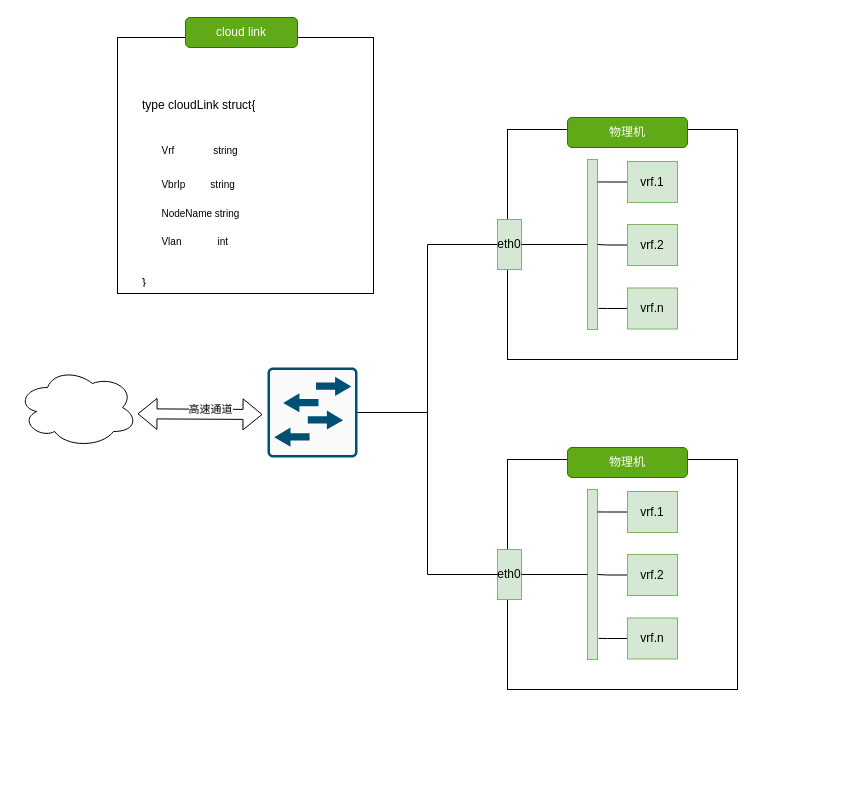
Before: Untitled Diagram.drawio in zhenfdfs/sdwanx, a draw.io diagram. Source tidied: cells renumbered, new cells numbered last; positions are measured from the earlier drawing's top-left corner, leaving out a move shared by most shapes. Both pictures are drawn from the tidied source at 100%, with x=0, y=0 at pixel (17, 17).
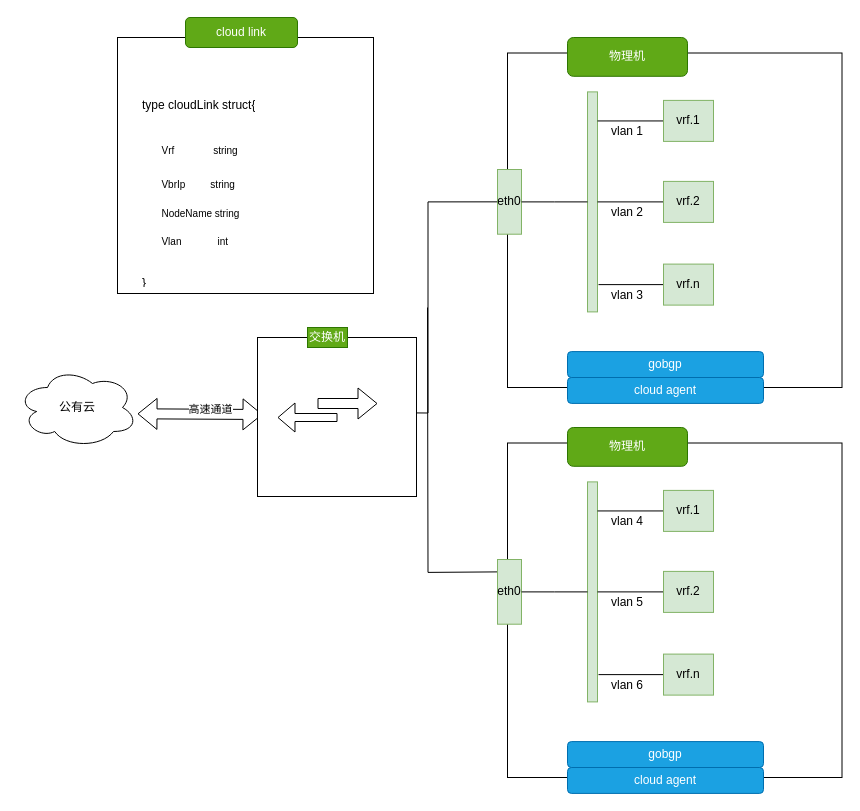
After the change.

What changed in the source:
```diff
@@
-    <mxCell id="2" style="ellipse;shape=cloud;whiteSpace=wrap;html=1;" parent="1" vertex="1">
+    <mxCell id="2" value="公有云" style="ellipse;shape=cloud;whiteSpace=wrap;html=1;" parent="1" vertex="1">
       <mxGeometry y="350" width="120" height="80" as="geometry" />
     </mxCell>
@@
-    <mxCell id="5" style="edgeStyle=orthogonalEdgeStyle;rounded=0;jettySize=auto;html=1;entryX=0;entryY=0.5;entryDx=0;entryDy=0;endArrow=none;endFill=0;" parent="1" edge="1" source="6" target="9">
-      <mxGeometry relative="1" as="geometry" />
+    <mxCell id="5" style="edgeStyle=orthogonalEdgeStyle;rounded=0;jettySize=auto;html=1;entryX=0;entryY=0.5;entryDx=0;entryDy=0;endArrow=none;endFill=0;" parent="1" edge="1" target="9">
+      <mxGeometry relative="1" as="geometry">
+        <mxPoint x="340" y="395" as="sourcePoint" />
+      </mxGeometry>
     </mxCell>
-    <mxCell id="6" style="points=[[0.015,0.015,0],[0.985,0.015,0],[0.985,0.985,0],[0.015,0.985,0],[0.25,0,0],[0.5,0,0],[0.75,0,0],[1,0.25,0],[1,0.5,0],[1,0.75,0],[0.75,1,0],[0.5,1,0],[0.25,1,0],[0,0.75,0],[0,0.5,0],[0,0.25,0]];verticalLabelPosition=bottom;html=1;verticalAlign=top;align=center;shape=mxgraph.cisco19.rect;prIcon=l2_switch;fillColor=#FAFAFA;strokeColor=#005073;" parent="1" vertex="1">
-      <mxGeometry x="250" y="350" width="90" height="90" as="geometry" />
-    </mxCell>
     <mxCell id="7" style="group;" parent="1" vertex="1">
-      <mxGeometry x="480" y="100" width="240" height="242" as="geometry" />
+      <mxGeometry x="480" y="20" width="344.5" height="360" as="geometry" />
     </mxCell>
     <mxCell id="8" style="whiteSpace=wrap;html=1;" parent="7" vertex="1">
-      <mxGeometry x="10" y="12" width="230" height="230" as="geometry" />
+      <mxGeometry x="10" y="15.5" width="334.5" height="334.5" as="geometry" />
     </mxCell>
     <mxCell id="9" value="eth0" style="rounded=0;whiteSpace=wrap;html=1;fillColor=#d5e8d4;strokeColor=#82b366;" parent="7" vertex="1">
-      <mxGeometry y="102" width="24" height="50" as="geometry" />
+      <mxGeometry y="132" width="24" height="64.7" as="geometry" />
     </mxCell>
     <mxCell id="10" style="rounded=0;whiteSpace=wrap;html=1;fillColor=#d5e8d4;strokeColor=#82b366;" parent="7" vertex="1">
-      <mxGeometry x="90" y="42" width="10" height="170" as="geometry" />
+      <mxGeometry x="90" y="54.4" width="10" height="220" as="geometry" />
     </mxCell>
@@
     <mxCell id="13" value="vrf.1" style="whiteSpace=wrap;html=1;fillColor=#d5e8d4;strokeColor=#82b366;" parent="7" vertex="1">
-      <mxGeometry x="130" y="44" width="50" height="41" as="geometry" />
+      <mxGeometry x="166" y="62.9" width="50" height="41" as="geometry" />
     </mxCell>
@@
     <mxCell id="15" value="vrf.2" style="whiteSpace=wrap;html=1;fillColor=#d5e8d4;strokeColor=#82b366;" parent="7" vertex="1">
-      <mxGeometry x="130" y="107" width="50" height="41" as="geometry" />
+      <mxGeometry x="166" y="143.9" width="50" height="41" as="geometry" />
     </mxCell>
@@
     <mxCell id="17" value="vrf.n" style="whiteSpace=wrap;html=1;fillColor=#d5e8d4;strokeColor=#82b366;" parent="7" vertex="1">
-      <mxGeometry x="130" y="170.5" width="50" height="41" as="geometry" />
+      <mxGeometry x="166" y="226.6" width="50" height="41" as="geometry" />
     </mxCell>
     <mxCell id="18" value="物理机" style="rounded=1;whiteSpace=wrap;html=1;fillColor=#60a917;strokeColor=#2D7600;fontColor=#ffffff;" parent="7" vertex="1">
-      <mxGeometry x="70" width="120" height="30" as="geometry" />
+      <mxGeometry x="70" width="120" height="38.8" as="geometry" />
     </mxCell>
-    <mxCell id="19" style="group;" parent="1" vertex="1">
-      <mxGeometry x="480" y="430" width="240" height="242" as="geometry" />
-    </mxCell>
-    <mxCell id="20" style="whiteSpace=wrap;html=1;" parent="19" vertex="1">
-      <mxGeometry x="10" y="12" width="230" height="230" as="geometry" />
-    </mxCell>
-    <mxCell id="21" value="eth0" style="rounded=0;whiteSpace=wrap;html=1;fillColor=#d5e8d4;strokeColor=#82b366;" parent="19" vertex="1">
-      <mxGeometry y="102" width="24" height="50" as="geometry" />
-    </mxCell>
-    <mxCell id="22" style="rounded=0;whiteSpace=wrap;html=1;fillColor=#d5e8d4;strokeColor=#82b366;" parent="19" vertex="1">
-      <mxGeometry x="90" y="42" width="10" height="170" as="geometry" />
-    </mxCell>
-    <mxCell id="23" style="edgeStyle=orthogonalEdgeStyle;rounded=0;jettySize=auto;html=1;endArrow=none;endFill=0;" parent="19" edge="1" source="21" target="22">
-      <mxGeometry relative="1" as="geometry" />
-    </mxCell>
-    <mxCell id="24" style="edgeStyle=orthogonalEdgeStyle;rounded=0;jettySize=auto;html=1;entryX=1;entryY=0.132;entryDx=0;entryDy=0;entryPerimeter=0;endArrow=none;endFill=0;" parent="19" edge="1" source="25" target="22">
-      <mxGeometry relative="1" as="geometry" />
-    </mxCell>
-    <mxCell id="25" value="vrf.1" style="whiteSpace=wrap;html=1;fillColor=#d5e8d4;strokeColor=#82b366;" parent="19" vertex="1">
-      <mxGeometry x="130" y="44" width="50" height="41" as="geometry" />
-    </mxCell>
-    <mxCell id="26" style="edgeStyle=orthogonalEdgeStyle;rounded=0;jettySize=auto;html=1;entryX=1;entryY=0.5;entryDx=0;entryDy=0;endArrow=none;endFill=0;" parent="19" edge="1" source="27" target="22">
-      <mxGeometry relative="1" as="geometry" />
-    </mxCell>
-    <mxCell id="27" value="vrf.2" style="whiteSpace=wrap;html=1;fillColor=#d5e8d4;strokeColor=#82b366;" parent="19" vertex="1">
-      <mxGeometry x="130" y="107" width="50" height="41" as="geometry" />
-    </mxCell>
-    <mxCell id="28" style="edgeStyle=orthogonalEdgeStyle;rounded=0;jettySize=auto;html=1;entryX=1.1;entryY=0.876;entryDx=0;entryDy=0;entryPerimeter=0;endArrow=none;endFill=0;" parent="19" edge="1" source="29" target="22">
-      <mxGeometry relative="1" as="geometry" />
-    </mxCell>
-    <mxCell id="29" value="vrf.n" style="whiteSpace=wrap;html=1;fillColor=#d5e8d4;strokeColor=#82b366;" parent="19" vertex="1">
-      <mxGeometry x="130" y="170.5" width="50" height="41" as="geometry" />
-    </mxCell>
-    <mxCell id="30" value="物理机" style="rounded=1;whiteSpace=wrap;html=1;fillColor=#60a917;strokeColor=#2D7600;fontColor=#ffffff;" parent="19" vertex="1">
-      <mxGeometry x="70" width="120" height="30" as="geometry" />
-    </mxCell>
+    <mxCell id="35" value="cloud agent" style="rounded=1;whiteSpace=wrap;html=1;fillColor=#1ba1e2;strokeColor=#006EAF;fontColor=#ffffff;" parent="7" vertex="1">
+      <mxGeometry x="70" y="340" width="196" height="25.9" as="geometry" />
+    </mxCell>
+    <mxCell id="36" value="gobgp" style="rounded=1;whiteSpace=wrap;html=1;fillColor=#1ba1e2;strokeColor=#006EAF;fontColor=#ffffff;" parent="7" vertex="1">
+      <mxGeometry x="70" y="314.1" width="196" height="25.9" as="geometry" />
+    </mxCell>
+    <mxCell id="37" value="vlan 1" style="text;html=1;strokeColor=none;fillColor=none;align=center;verticalAlign=middle;whiteSpace=wrap;rounded=0;" parent="7" vertex="1">
+      <mxGeometry x="110" y="83.9" width="40" height="20" as="geometry" />
+    </mxCell>
+    <mxCell id="38" value="vlan 2" style="text;html=1;strokeColor=none;fillColor=none;align=center;verticalAlign=middle;whiteSpace=wrap;rounded=0;" parent="7" vertex="1">
+      <mxGeometry x="110" y="164.8" width="40" height="20" as="geometry" />
+    </mxCell>
+    <mxCell id="39" value="vlan 3" style="text;html=1;strokeColor=none;fillColor=none;align=center;verticalAlign=middle;whiteSpace=wrap;rounded=0;" parent="7" vertex="1">
+      <mxGeometry x="110" y="247.6" width="40" height="20" as="geometry" />
+    </mxCell>
-    <mxCell id="31" style="edgeStyle=orthogonalEdgeStyle;rounded=0;jettySize=auto;html=1;entryX=1;entryY=0.5;entryDx=0;entryDy=0;entryPerimeter=0;endArrow=none;endFill=0;" parent="1" edge="1" source="21" target="6">
-      <mxGeometry relative="1" as="geometry" />
+    <mxCell id="31" style="edgeStyle=orthogonalEdgeStyle;rounded=0;orthogonalLoop=1;jettySize=auto;html=1;entryX=1;entryY=0.5;entryDx=0;entryDy=0;entryPerimeter=0;endArrow=none;endFill=0;exitX=0;exitY=0.5;exitDx=0;exitDy=0;" parent="1" edge="1">
+      <mxGeometry relative="1" as="geometry">
+        <mxPoint x="480" y="554.4" as="sourcePoint" />
+        <mxPoint x="410" y="290" as="targetPoint" />
+      </mxGeometry>
     </mxCell>
@@
+    <mxCell id="40" style="group;" parent="1" vertex="1">
+      <mxGeometry x="240" y="310" width="159" height="169" as="geometry" />
+    </mxCell>
+    <mxCell id="41" style="whiteSpace=wrap;html=1;" parent="40" vertex="1">
+      <mxGeometry y="10" width="159" height="159" as="geometry" />
+    </mxCell>
+    <mxCell id="42" style="group;" parent="40" vertex="1">
+      <mxGeometry x="20" y="76" width="100" height="14" as="geometry" />
+    </mxCell>
+    <mxCell id="43" style="shape=flexArrow;endArrow=classic;html=1;" parent="42" edge="1">
+      <mxGeometry relative="1" as="geometry">
+        <mxPoint x="40" as="sourcePoint" />
+        <mxPoint x="100" as="targetPoint" />
+      </mxGeometry>
+    </mxCell>
+    <mxCell id="44" style="shape=flexArrow;endArrow=classic;html=1;width=8;endSize=5.33;" parent="42" edge="1">
+      <mxGeometry relative="1" as="geometry">
+        <mxPoint x="60" y="14" as="sourcePoint" />
+        <mxPoint y="14" as="targetPoint" />
+      </mxGeometry>
+    </mxCell>
+    <mxCell id="45" value="交换机" style="text;html=1;strokeColor=#2D7600;fillColor=#60a917;align=center;verticalAlign=middle;whiteSpace=wrap;rounded=0;fontColor=#ffffff;" parent="40" vertex="1">
+      <mxGeometry x="50" width="40" height="20" as="geometry" />
+    </mxCell>
+    <mxCell id="46" style="edgeStyle=orthogonalEdgeStyle;rounded=0;jettySize=auto;html=1;exitX=0;exitY=0.25;exitDx=0;exitDy=0;endArrow=none;endFill=0;" parent="1" edge="1" source="45">
+      <mxGeometry relative="1" as="geometry">
+        <mxPoint x="290" y="315" as="targetPoint" />
+      </mxGeometry>
+    </mxCell>
+    <mxCell id="47" style="group;" parent="1" vertex="1">
+      <mxGeometry x="480" y="410" width="344.5" height="360" as="geometry" />
+    </mxCell>
+    <mxCell id="48" style="whiteSpace=wrap;html=1;" parent="47" vertex="1">
+      <mxGeometry x="10" y="15.5" width="334.5" height="334.5" as="geometry" />
+    </mxCell>
+    <mxCell id="21" value="eth0" style="rounded=0;whiteSpace=wrap;html=1;fillColor=#d5e8d4;strokeColor=#82b366;" parent="47" vertex="1">
+      <mxGeometry y="132" width="24" height="64.7" as="geometry" />
+    </mxCell>
+    <mxCell id="49" style="rounded=0;whiteSpace=wrap;html=1;fillColor=#d5e8d4;strokeColor=#82b366;" parent="47" vertex="1">
+      <mxGeometry x="90" y="54.4" width="10" height="220" as="geometry" />
+    </mxCell>
+    <mxCell id="50" style="edgeStyle=orthogonalEdgeStyle;rounded=0;jettySize=auto;html=1;endArrow=none;endFill=0;" parent="47" edge="1" source="21" target="49">
+      <mxGeometry relative="1" as="geometry" />
+    </mxCell>
+    <mxCell id="51" style="edgeStyle=orthogonalEdgeStyle;rounded=0;jettySize=auto;html=1;entryX=1;entryY=0.132;entryDx=0;entryDy=0;entryPerimeter=0;endArrow=none;endFill=0;" parent="47" edge="1" source="25" target="49">
+      <mxGeometry relative="1" as="geometry" />
+    </mxCell>
+    <mxCell id="25" value="vrf.1" style="whiteSpace=wrap;html=1;fillColor=#d5e8d4;strokeColor=#82b366;" parent="47" vertex="1">
+      <mxGeometry x="166" y="62.9" width="50" height="41" as="geometry" />
+    </mxCell>
+    <mxCell id="52" style="edgeStyle=orthogonalEdgeStyle;rounded=0;jettySize=auto;html=1;entryX=1;entryY=0.5;entryDx=0;entryDy=0;endArrow=none;endFill=0;" parent="47" edge="1" source="27" target="49">
+      <mxGeometry relative="1" as="geometry" />
+    </mxCell>
+    <mxCell id="27" value="vrf.2" style="whiteSpace=wrap;html=1;fillColor=#d5e8d4;strokeColor=#82b366;" parent="47" vertex="1">
+      <mxGeometry x="166" y="143.9" width="50" height="41" as="geometry" />
+    </mxCell>
+    <mxCell id="53" style="edgeStyle=orthogonalEdgeStyle;rounded=0;jettySize=auto;html=1;entryX=1.1;entryY=0.876;entryDx=0;entryDy=0;entryPerimeter=0;endArrow=none;endFill=0;" parent="47" edge="1" source="29" target="49">
+      <mxGeometry relative="1" as="geometry" />
+    </mxCell>
+    <mxCell id="29" value="vrf.n" style="whiteSpace=wrap;html=1;fillColor=#d5e8d4;strokeColor=#82b366;" parent="47" vertex="1">
+      <mxGeometry x="166" y="226.6" width="50" height="41" as="geometry" />
+    </mxCell>
+    <mxCell id="30" value="物理机" style="rounded=1;whiteSpace=wrap;html=1;fillColor=#60a917;strokeColor=#2D7600;fontColor=#ffffff;" parent="47" vertex="1">
+      <mxGeometry x="70" width="120" height="38.8" as="geometry" />
+    </mxCell>
+    <mxCell id="54" value="cloud agent" style="rounded=1;whiteSpace=wrap;html=1;fillColor=#1ba1e2;strokeColor=#006EAF;fontColor=#ffffff;" parent="47" vertex="1">
+      <mxGeometry x="70" y="340" width="196" height="25.9" as="geometry" />
+    </mxCell>
+    <mxCell id="55" value="gobgp" style="rounded=1;whiteSpace=wrap;html=1;fillColor=#1ba1e2;strokeColor=#006EAF;fontColor=#ffffff;" parent="47" vertex="1">
+      <mxGeometry x="70" y="314.1" width="196" height="25.9" as="geometry" />
+    </mxCell>
+    <mxCell id="56" value="vlan 4" style="text;html=1;strokeColor=none;fillColor=none;align=center;verticalAlign=middle;whiteSpace=wrap;rounded=0;" parent="47" vertex="1">
+      <mxGeometry x="110" y="83.9" width="40" height="20" as="geometry" />
+    </mxCell>
+    <mxCell id="57" value="vlan 5" style="text;html=1;strokeColor=none;fillColor=none;align=center;verticalAlign=middle;whiteSpace=wrap;rounded=0;" parent="47" vertex="1">
+      <mxGeometry x="110" y="164.8" width="40" height="20" as="geometry" />
+    </mxCell>
+    <mxCell id="58" value="vlan 6" style="text;html=1;strokeColor=none;fillColor=none;align=center;verticalAlign=middle;whiteSpace=wrap;rounded=0;" parent="47" vertex="1">
+      <mxGeometry x="110" y="247.6" width="40" height="20" as="geometry" />
+    </mxCell>
```
